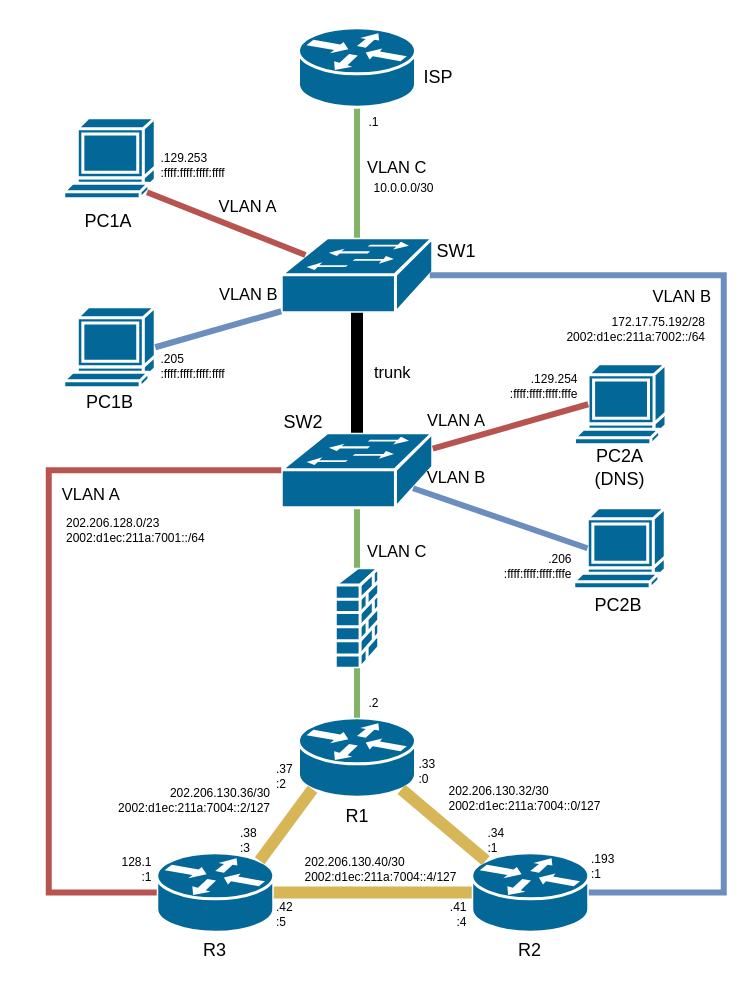
Before: topologie_s_adresami.drawio in phatt-23/web, a draw.io diagram. Source tidied: cells renumbered, new cells numbered last; positions are measured from the earlier drawing's top-left corner, leaving out a move shared by most shapes. Both pictures are drawn from the tidied source at 150%, with x=0, y=0 at pixel (26, 27).
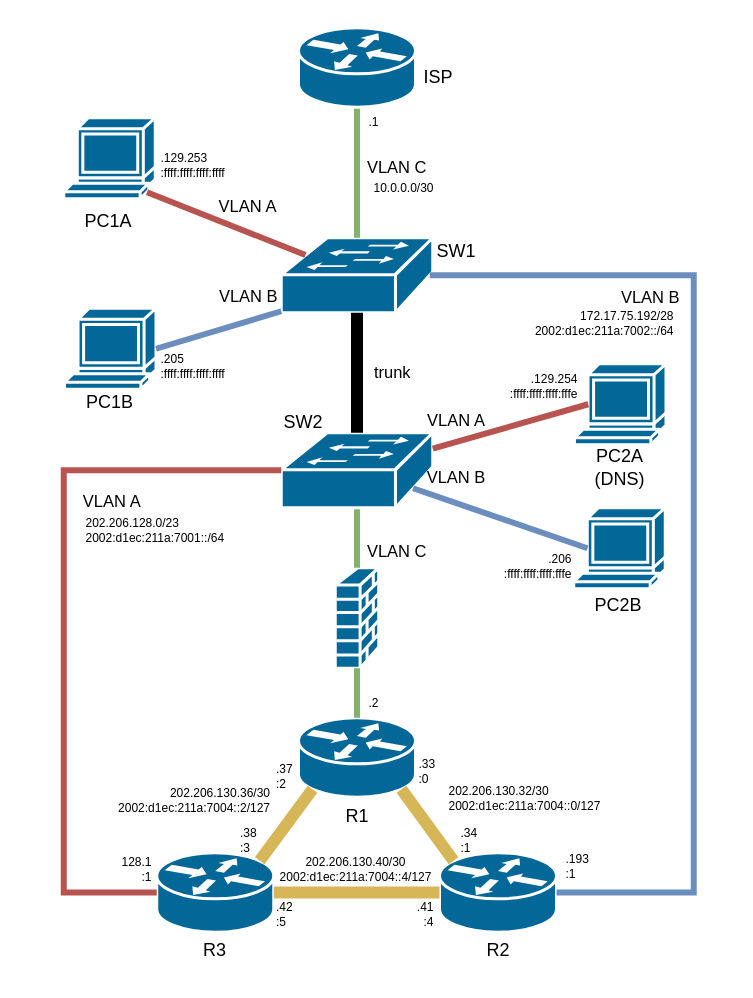
The same page after the edit.

Unchanged cells that the change refers to:
```xml
<mxCell id="2" style="shape=mxgraph.cisco.switches.workgroup_switch;sketch=0;html=1;dashed=0;fillColor=#036897;strokeColor=#ffffff;strokeWidth=2;verticalLabelPosition=bottom;verticalAlign=top;align=center;outlineConnect=0;fontFamily=Iosevka NF;" parent="1" vertex="1">
  <mxGeometry x="170" y="140" width="101" height="50" as="geometry" />
</mxCell>
<mxCell id="8" style="shape=mxgraph.cisco.switches.workgroup_switch;sketch=0;html=1;dashed=0;fillColor=#036897;strokeColor=#ffffff;strokeWidth=2;verticalLabelPosition=bottom;verticalAlign=top;align=center;outlineConnect=0;fontFamily=Iosevka NF;" parent="1" vertex="1">
  <mxGeometry x="170" y="270" width="101" height="50" as="geometry" />
</mxCell>
<mxCell id="10" style="shape=mxgraph.cisco.routers.router;sketch=0;html=1;dashed=0;fillColor=#036897;strokeColor=#ffffff;strokeWidth=2;verticalLabelPosition=bottom;verticalAlign=top;align=center;outlineConnect=0;fontFamily=Iosevka NF;" parent="1" vertex="1">
  <mxGeometry x="87" y="550" width="78" height="53" as="geometry" />
</mxCell>
```

The edit, as a diff of the source:
```diff
@@
     <mxCell id="5" style="shape=mxgraph.cisco.computers_and_peripherals.terminal;sketch=0;html=1;dashed=0;fillColor=#036897;strokeColor=#ffffff;strokeWidth=2;verticalLabelPosition=bottom;verticalAlign=top;align=center;outlineConnect=0;fontFamily=Iosevka NF;" parent="1" vertex="1">
-      <mxGeometry x="25" y="186" width="61" height="54" as="geometry" />
+      <mxGeometry x="25.5" y="187" width="61" height="54" as="geometry" />
     </mxCell>
@@
     <mxCell id="9" style="shape=mxgraph.cisco.routers.router;sketch=0;html=1;dashed=0;fillColor=#036897;strokeColor=#ffffff;strokeWidth=2;verticalLabelPosition=bottom;verticalAlign=top;align=center;outlineConnect=0;fontFamily=Iosevka NF;" parent="1" vertex="1">
-      <mxGeometry x="297" y="550" width="78" height="53" as="geometry" />
+      <mxGeometry x="275.5" y="550" width="78" height="53" as="geometry" />
     </mxCell>
@@
     <mxCell id="26" style="rounded=0;jettySize=auto;html=1;entryX=1;entryY=0.5;entryDx=0;entryDy=0;entryPerimeter=0;endArrow=none;endFill=0;edgeStyle=orthogonalEdgeStyle;fillColor=#dae8fc;strokeColor=#6c8ebf;strokeWidth=4;exitX=0.98;exitY=0.5;exitDx=0;exitDy=0;exitPerimeter=0;fontFamily=Iosevka NF;" parent="1" edge="1" source="2" target="9">
       <mxGeometry relative="1" as="geometry">
         <Array as="points">
-          <mxPoint x="465" y="165" />
-          <mxPoint x="465" y="577" />
+          <mxPoint x="445" y="165" />
+          <mxPoint x="445" y="576" />
         </Array>
       </mxGeometry>
     </mxCell>
     <mxCell id="27" value="&lt;div&gt;VLAN B&lt;/div&gt;" style="edgeLabel;html=1;align=center;verticalAlign=middle;labelBackgroundColor=none;fontFamily=Iosevka NF;" parent="26" vertex="1">
       <mxGeometry x="0.24" y="-1" relative="1" as="geometry">
-        <mxPoint x="-28" y="-222" as="offset" />
+        <mxPoint x="-29" y="-230" as="offset" />
       </mxGeometry>
     </mxCell>
     <mxCell id="28" style="edgeStyle=orthogonalEdgeStyle;rounded=0;jettySize=auto;html=1;fillColor=#f8cecc;strokeColor=#b85450;endArrow=none;endFill=0;strokeWidth=4;fontFamily=Iosevka NF;entryX=0;entryY=0.5;entryDx=0;entryDy=0;entryPerimeter=0;" parent="1" edge="1" source="8" target="10">
       <mxGeometry relative="1" as="geometry">
         <Array as="points">
-          <mxPoint x="15" y="295" />
-          <mxPoint x="15" y="576" />
+          <mxPoint x="25" y="295" />
+          <mxPoint x="25" y="576" />
         </Array>
       </mxGeometry>
     </mxCell>
     <mxCell id="29" value="&lt;div&gt;VLAN A&lt;/div&gt;" style="edgeLabel;html=1;align=center;verticalAlign=middle;labelBackgroundColor=none;fontFamily=Iosevka NF;" parent="28" vertex="1">
       <mxGeometry x="0.07" y="2" relative="1" as="geometry">
-        <mxPoint x="25" y="-102" as="offset" />
+        <mxPoint x="29" y="-96" as="offset" />
       </mxGeometry>
     </mxCell>
@@
     <mxCell id="41" value="&lt;div&gt;R2&lt;br&gt;&lt;/div&gt;" style="text;html=1;align=center;verticalAlign=middle;whiteSpace=wrap;rounded=0;fontFamily=Iosevka NF;" parent="1" vertex="1">
-      <mxGeometry x="306" y="600" width="60" height="30" as="geometry" />
+      <mxGeometry x="284.5" y="600" width="60" height="30" as="geometry" />
     </mxCell>
@@
     <mxCell id="49" value="&lt;div align=&quot;left&quot;&gt;&lt;div style=&quot;font-size: 8px;&quot;&gt;&lt;font style=&quot;font-size: 8px;&quot;&gt;.193&lt;br&gt;:1&lt;/font&gt;&lt;/div&gt;&lt;/div&gt;" style="text;html=1;align=left;verticalAlign=middle;whiteSpace=wrap;rounded=0;fontFamily=Iosevka NF;" parent="1" vertex="1">
-      <mxGeometry x="375" y="544" width="76" height="30" as="geometry" />
+      <mxGeometry x="358" y="544" width="76" height="30" as="geometry" />
     </mxCell>
@@
     <mxCell id="51" value="&lt;div align=&quot;left&quot;&gt;&lt;div style=&quot;font-size: 8px;&quot;&gt;&lt;font style=&quot;font-size: 8px;&quot;&gt;.34&lt;br&gt;:1&lt;/font&gt;&lt;/div&gt;&lt;/div&gt;" style="text;html=1;align=left;verticalAlign=middle;whiteSpace=wrap;rounded=0;fontFamily=Iosevka NF;" parent="1" vertex="1">
-      <mxGeometry x="306" y="527" width="80" height="30" as="geometry" />
+      <mxGeometry x="287.5" y="527" width="80" height="30" as="geometry" />
     </mxCell>
@@
-    <mxCell id="55" value="&lt;div align=&quot;left&quot;&gt;&lt;div style=&quot;font-size: 8px;&quot;&gt;&lt;font style=&quot;font-size: 8px;&quot;&gt;202.206.130.40/30&lt;br&gt;&lt;/font&gt;&lt;font face=&quot;Iosevka NF&quot; style=&quot;font-size: 8px;&quot;&gt;2002:d1ec:211a&lt;/font&gt;&lt;font style=&quot;font-size: 8px;&quot;&gt;:7004::4/127&lt;/font&gt;&lt;/div&gt;&lt;/div&gt;" style="text;html=1;align=left;verticalAlign=middle;whiteSpace=wrap;rounded=0;fontFamily=Iosevka NF;" parent="1" vertex="1">
-      <mxGeometry x="183.5" y="546" width="111.5" height="30" as="geometry" />
+    <mxCell id="55" value="&lt;div align=&quot;center&quot;&gt;&lt;div style=&quot;font-size: 8px;&quot;&gt;&lt;font style=&quot;font-size: 8px;&quot;&gt;202.206.130.40/30&lt;br&gt;&lt;/font&gt;&lt;font face=&quot;Iosevka NF&quot; style=&quot;font-size: 8px;&quot;&gt;2002:d1ec:211a&lt;/font&gt;&lt;font style=&quot;font-size: 8px;&quot;&gt;:7004::4/127&lt;/font&gt;&lt;/div&gt;&lt;/div&gt;" style="text;html=1;align=center;verticalAlign=middle;whiteSpace=wrap;rounded=0;fontFamily=Iosevka NF;" parent="1" vertex="1">
+      <mxGeometry x="164" y="546" width="111.5" height="30" as="geometry" />
     </mxCell>
@@
     <mxCell id="58" value="&lt;div align=&quot;right&quot;&gt;&lt;div style=&quot;font-size: 8px;&quot;&gt;&lt;font style=&quot;font-size: 8px;&quot;&gt;.41&lt;br&gt;&lt;/font&gt;&lt;font style=&quot;font-size: 8px;&quot;&gt;:4&lt;/font&gt;&lt;/div&gt;&lt;/div&gt;" style="text;html=1;align=right;verticalAlign=middle;whiteSpace=wrap;rounded=0;fontFamily=Iosevka NF;" parent="1" vertex="1">
-      <mxGeometry x="210.5" y="576" width="84.5" height="30" as="geometry" />
+      <mxGeometry x="189.2" y="576" width="84.5" height="30" as="geometry" />
     </mxCell>
     <mxCell id="59" value="&lt;div align=&quot;right&quot;&gt;&lt;div style=&quot;font-size: 8px;&quot;&gt;&lt;font style=&quot;font-size: 8px;&quot;&gt;172.17.75.192/28&lt;br&gt;&lt;/font&gt;&lt;font style=&quot;font-size: 8px;&quot;&gt;2002:d1ec:211a&lt;/font&gt;&lt;font style=&quot;font-size: 8px;&quot;&gt;:7002::/64&lt;/font&gt;&lt;/div&gt;&lt;/div&gt;" style="text;html=1;align=right;verticalAlign=middle;whiteSpace=wrap;rounded=0;fontFamily=Iosevka NF;" parent="1" vertex="1">
-      <mxGeometry x="301" y="186" width="154" height="30" as="geometry" />
+      <mxGeometry x="280" y="182" width="154" height="30" as="geometry" />
     </mxCell>
     <mxCell id="60" value="&lt;div style=&quot;font-size: 8px;&quot; align=&quot;left&quot;&gt;&lt;div&gt;&lt;font style=&quot;font-size: 8px;&quot;&gt;202.206.128.0/23&lt;br&gt;2002:d1ec:211a:7001::/64&lt;/font&gt;&lt;/div&gt;&lt;/div&gt;" style="text;html=1;align=left;verticalAlign=middle;whiteSpace=wrap;rounded=0;fontFamily=Iosevka NF;" parent="1" vertex="1">
-      <mxGeometry x="25" y="320" width="150" height="30" as="geometry" />
+      <mxGeometry x="37.5" y="320" width="150" height="30" as="geometry" />
     </mxCell>
```
